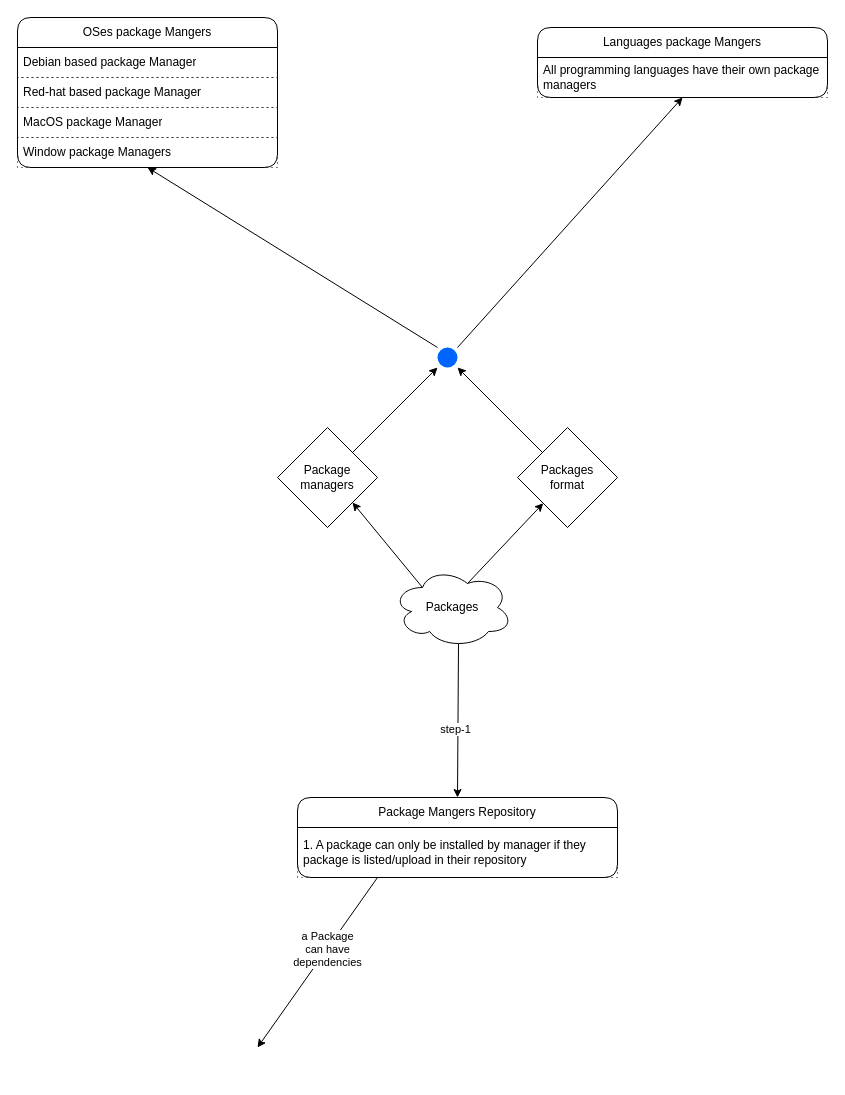
Above: operating-system/os-package-managers/ospm.dio in knpvt5/Programming-Concepts (draw.io), before the change. Source tidied: cells renumbered, new cells numbered last; positions are measured from the earlier drawing's top-left corner, leaving out a move shared by most shapes. Both pictures are drawn from the tidied source at 100%, with x=0, y=0 at pixel (17, 17).
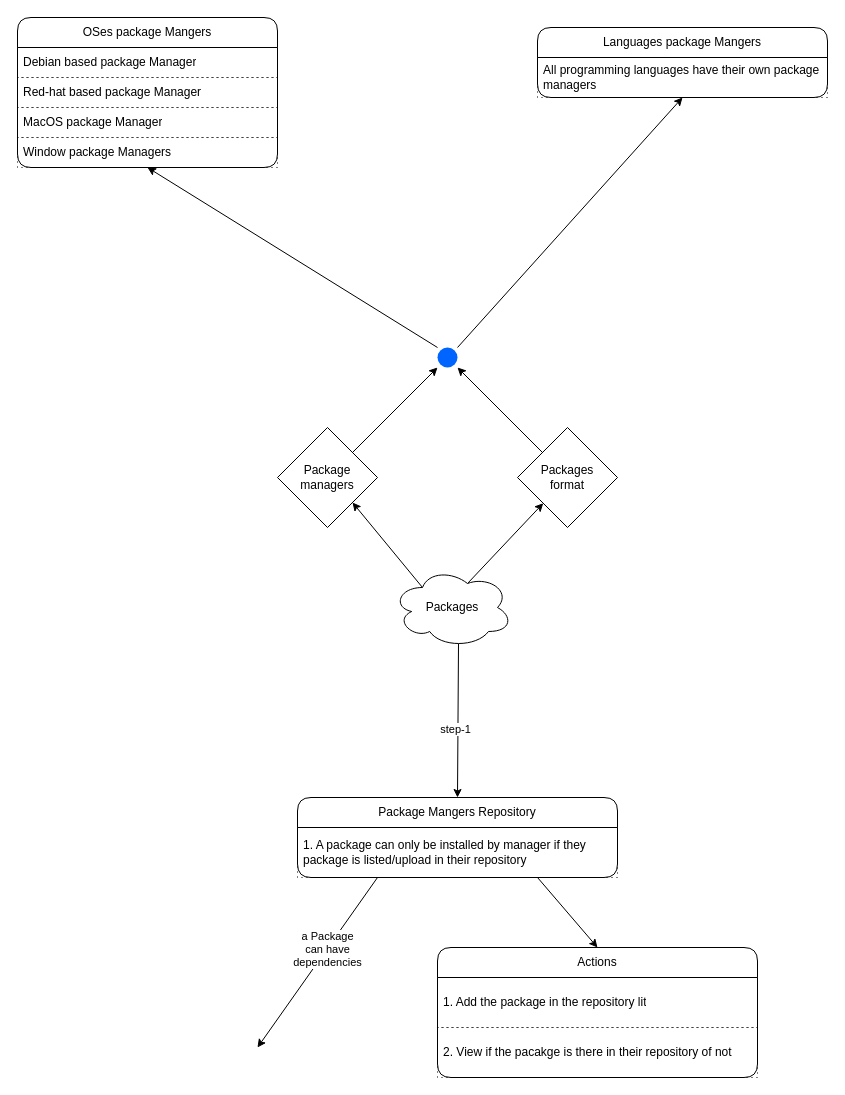
The same page after the edit.

Unchanged cells that the change refers to:
```xml
<mxCell id="20" value="Package Mangers Repository" style="swimlane;fontStyle=0;horizontal=1;startSize=30;whiteSpace=wrap;html=1;rounded=1;" parent="1" vertex="1">
  <mxGeometry x="280" y="780" width="320" height="80" as="geometry" />
</mxCell>
```

The edit, as a diff of the source:
```diff
@@
+    <mxCell id="25" style="edgeStyle=none;html=1;exitX=0.75;exitY=1;exitDx=0;exitDy=0;entryX=0.5;entryY=0;entryDx=0;entryDy=0;" parent="1" edge="1" source="20" target="26">
+      <mxGeometry relative="1" as="geometry" />
+    </mxCell>
@@
+    <mxCell id="26" value="Actions" style="swimlane;fontStyle=0;horizontal=1;startSize=30;whiteSpace=wrap;html=1;rounded=1;" parent="1" vertex="1">
+      <mxGeometry x="420" y="930" width="320" height="130" as="geometry" />
+    </mxCell>
+    <mxCell id="27" value="1. Add the package in the repository lit" style="text;strokeColor=default;fillColor=none;align=left;verticalAlign=middle;spacingLeft=4;spacingRight=4;overflow=hidden;whiteSpace=wrap;html=1;dashed=1;dashPattern=1 4;" parent="26" vertex="1">
+      <mxGeometry y="30" width="320" height="50" as="geometry" />
+    </mxCell>
+    <mxCell id="28" value="2. View if the pacakge is there in their repository of not" style="text;strokeColor=default;fillColor=none;align=left;verticalAlign=middle;spacingLeft=4;spacingRight=4;overflow=hidden;whiteSpace=wrap;html=1;dashed=1;dashPattern=1 4;" parent="26" vertex="1">
+      <mxGeometry y="80" width="320" height="50" as="geometry" />
+    </mxCell>
```
